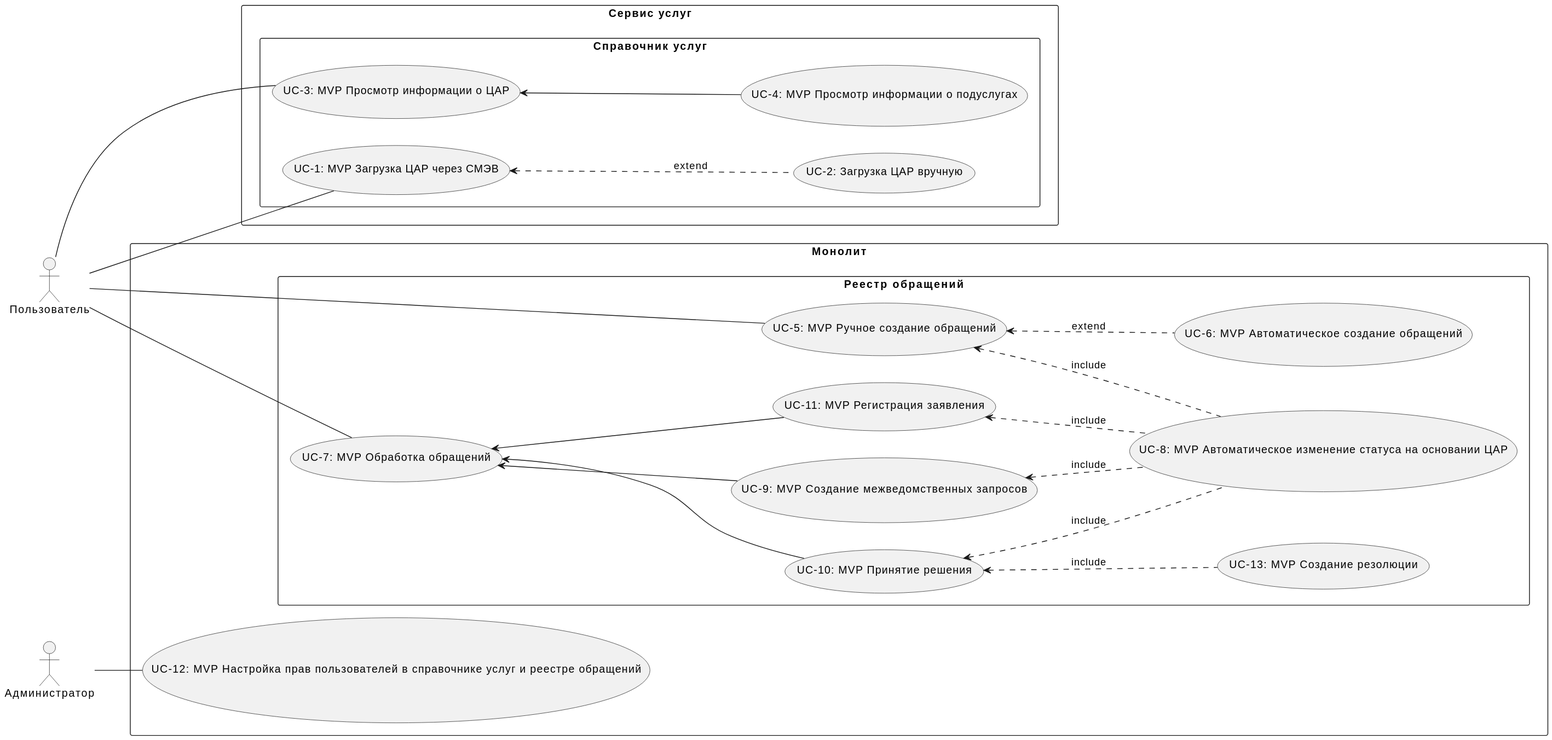
sonorame/docs_kcr keeps this PlantUML diagram as docs/docs/diagrams/out/usecase.svg. Above is the earlier version.
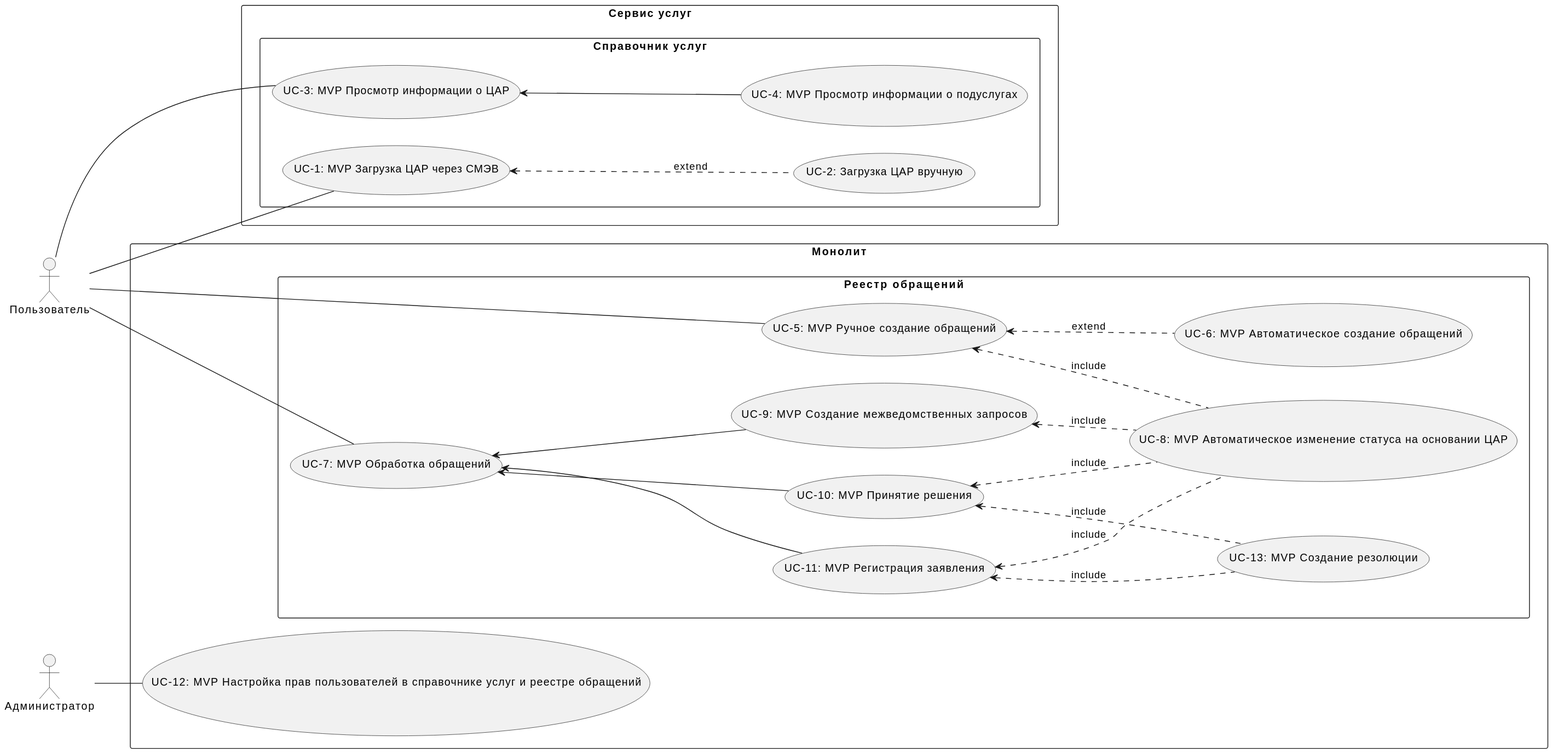
After the commit.

Change to the diagram source:
```diff
@@ -39,6 +39,7 @@
 doTasks <-- regTask
 createTasks <.. autoChangeStatus: include
 decideTask <.. autoChangeStatus: include
+regTask <.. createRezol: include
 decideTask <.. createRezol: include
 regTask <.. autoChangeStatus: include
 createSMEVRequest <.. autoChangeStatus: include
```
